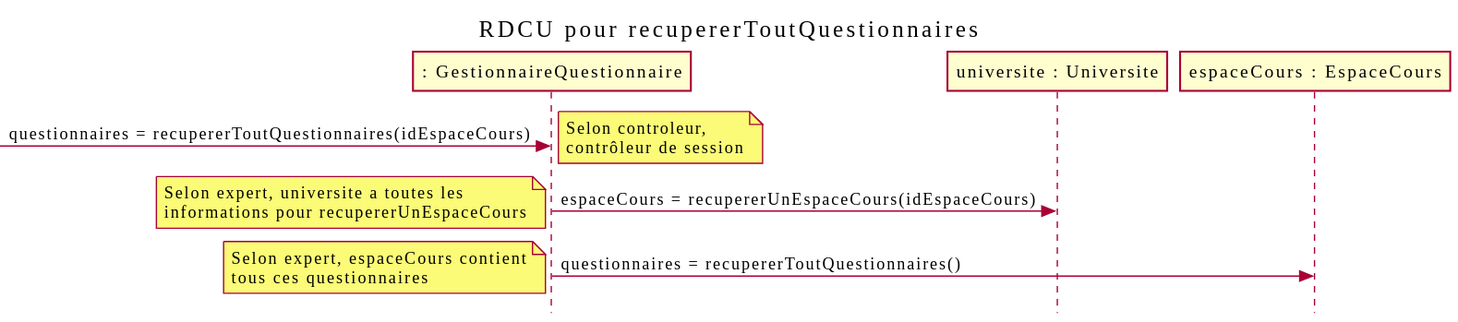
Above: out/docs/Ajouter questionnaire/RDCU_Ajouter_Questionnaire/recupererToutQuestionnaires.svg in nerdz88/SGA-TS (PlantUML), before the change.
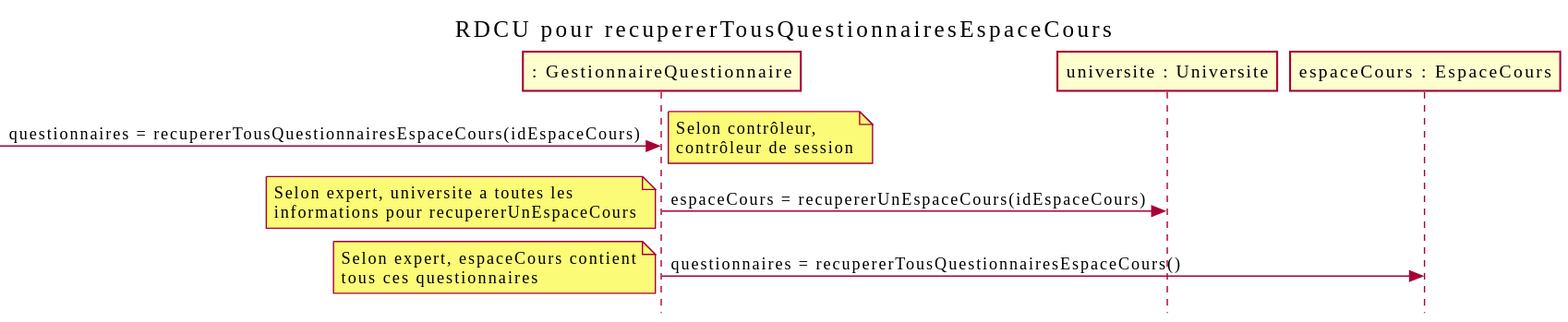
After the commit.

The edit, as a diff of the source:
```diff
@@ -1,14 +1,14 @@
 @startuml
 skinparam style strictuml
 skinparam defaultfontname Verdana
-title RDCU pour recupererToutQuestionnaires
+title RDCU pour recupererTousQuestionnairesEspaceCours
 participant ": GestionnaireQuestionnaire" as gestionnaireQuestion
 participant "universite : Universite" as universite
 participant "espaceCours : EspaceCours" as cours
--> gestionnaireQuestion : questionnaires = recupererToutQuestionnaires(idEspaceCours)
-note left : Selon controleur,\ncontrôleur de session
+-> gestionnaireQuestion : questionnaires = recupererTousQuestionnairesEspaceCours(idEspaceCours)
+note left : Selon contrôleur,\ncontrôleur de session
 gestionnaireQuestion -> universite : espaceCours = recupererUnEspaceCours(idEspaceCours)
 note left : Selon expert, universite a toutes les\ninformations pour recupererUnEspaceCours
-gestionnaireQuestion -> cours : questionnaires = recupererToutQuestionnaires()
+gestionnaireQuestion -> cours : questionnaires = recupererTousQuestionnairesEspaceCours()
 note left : Selon expert, espaceCours contient\ntous ces questionnaires
 @enduml
```
